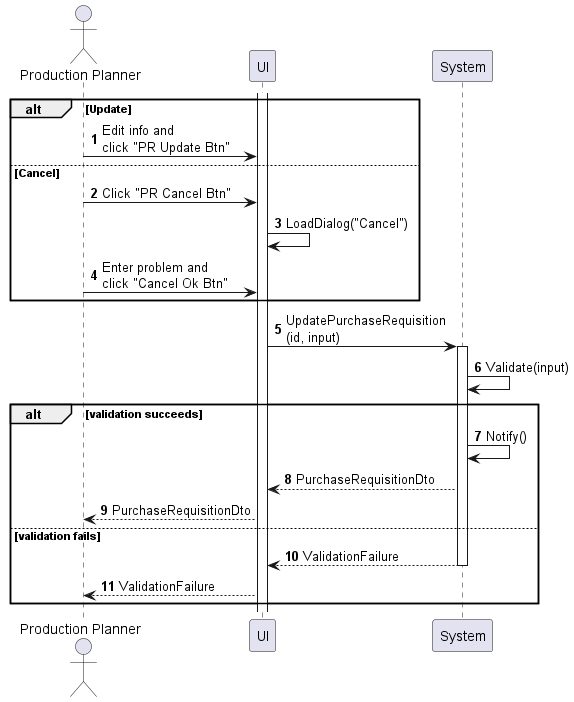
Before: sequences/purchase-requisition-update.png, a diagram exported from PlantUML (phihungha/scmss-reqs).
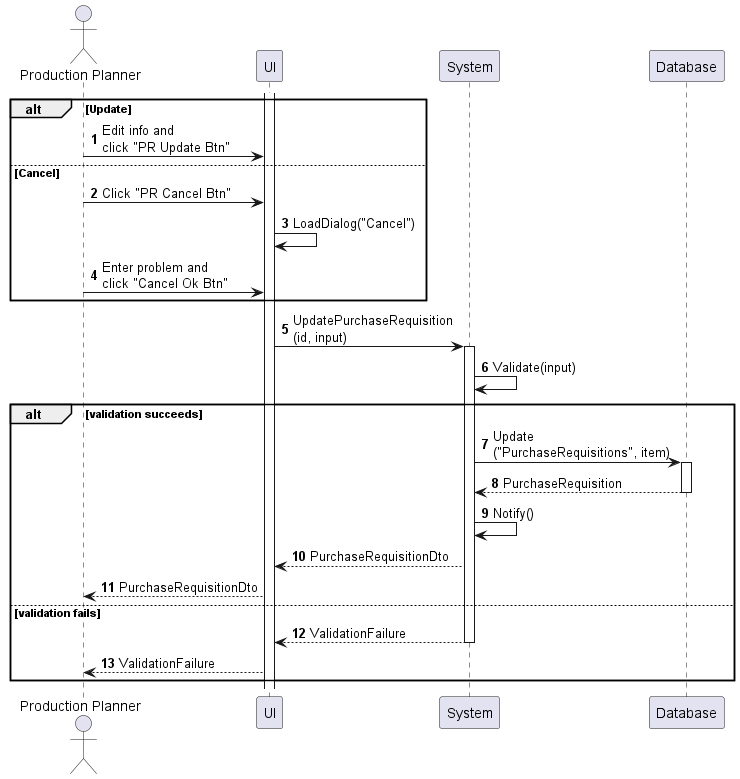
The same file after the commit.

What changed in the source:
```diff
@@ -4,6 +4,7 @@
 actor "Production Planner" as a
 participant UI as f
 participant System as b
+participant Database as d
 
 activate f
 
@@ -20,6 +21,9 @@
 b -> b : Validate(input)
 
 alt validation succeeds
+    b -> d : Update\n("PurchaseRequisitions", item)
+    activate d
+    return PurchaseRequisition
     b -> b : Notify()
     b --> f : PurchaseRequisitionDto
     f --> a : PurchaseRequisitionDto
```
